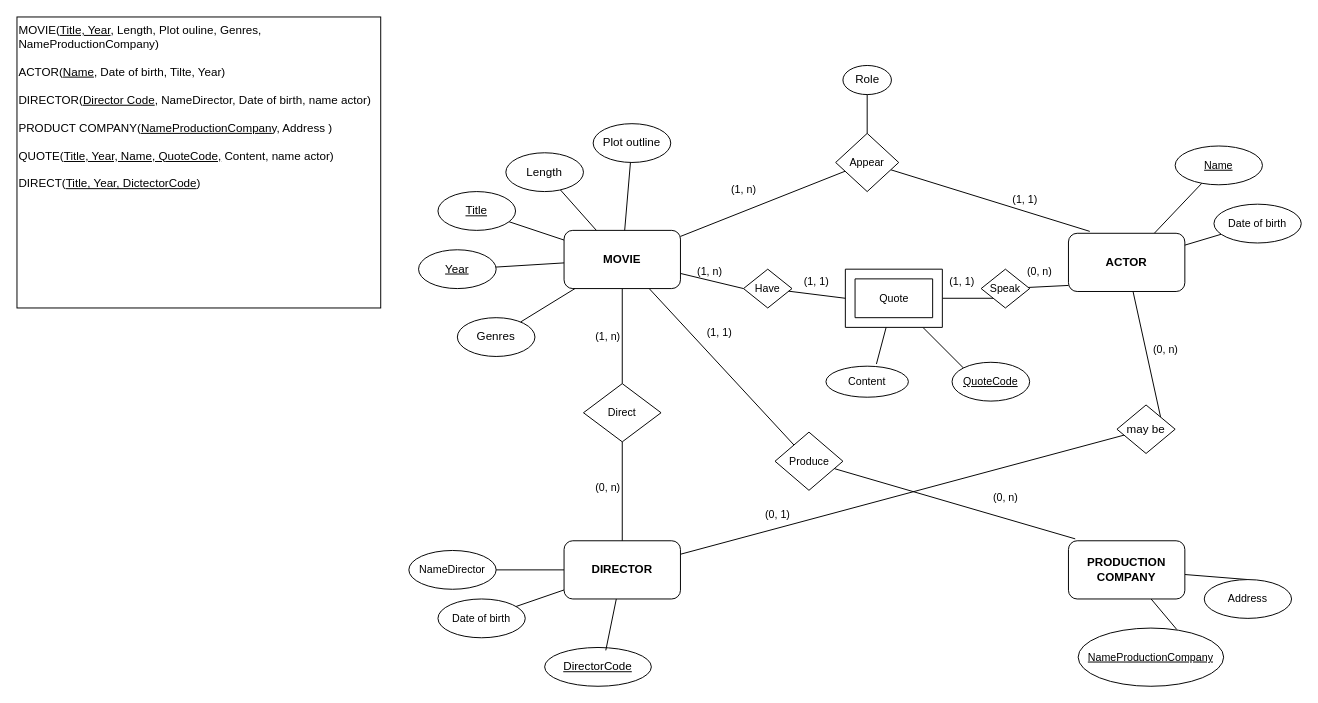
phuongman/BTVN_CSDL keeps this draw.io diagram as MOVIE.drawio. Above is the earlier version. Source tidied: cells renumbered, new cells numbered last; positions are measured from the earlier drawing's top-left corner, leaving out a move shared by most shapes. Both pictures are drawn from the tidied source at 97%, with x=0, y=0 at pixel (16, 16).
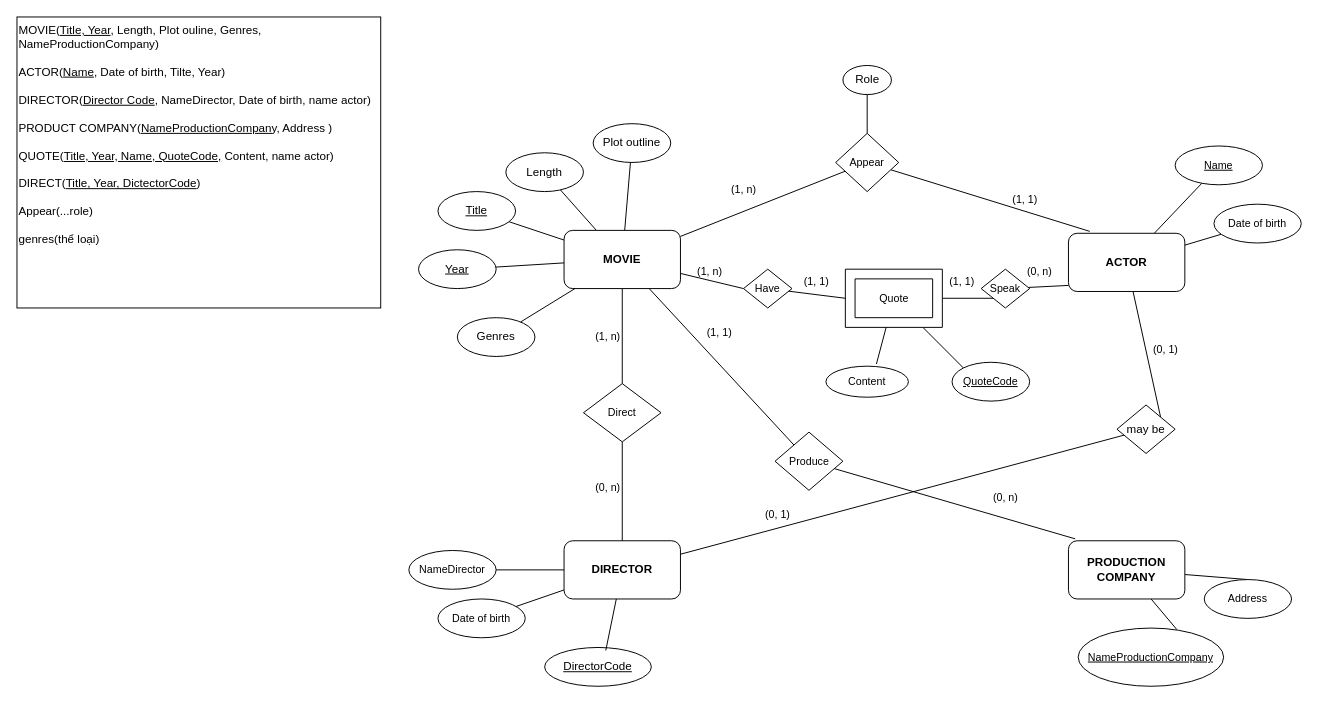
After the change.

Change to the diagram source:
```diff
@@
-    <mxCell id="63" value="MOVIE(&lt;u&gt;Title, Year&lt;/u&gt;, Length, Plot ouline, Genres, NameProductionCompany)&lt;br&gt;&lt;br&gt;ACTOR(&lt;u&gt;Name&lt;/u&gt;, Date of birth, Tilte, Year)&lt;br&gt;&lt;br&gt;DIRECTOR(&lt;u&gt;Director Code&lt;/u&gt;, NameDirector, Date of birth, name actor)&lt;br&gt;&lt;br&gt;PRODUCT COMPANY(&lt;u&gt;NameProductionCompany,&lt;/u&gt; Address )&lt;br&gt;&lt;br&gt;QUOTE(&lt;u&gt;Title, Year, Name, QuoteCode,&lt;/u&gt; Content, name actor)&lt;br&gt;&lt;br&gt;DIRECT(&lt;u&gt;Title, Year, DictectorCode&lt;/u&gt;)" style="rounded=0;whiteSpace=wrap;html=1;verticalAlign=top;align=left;" parent="1" vertex="1">
+    <mxCell id="63" value="MOVIE(&lt;u&gt;Title, Year&lt;/u&gt;, Length, Plot ouline, Genres, NameProductionCompany)&lt;br&gt;&lt;br&gt;ACTOR(&lt;u&gt;Name&lt;/u&gt;, Date of birth, Tilte, Year)&lt;br&gt;&lt;br&gt;DIRECTOR(&lt;u&gt;Director Code&lt;/u&gt;, NameDirector, Date of birth, name actor)&lt;br&gt;&lt;br&gt;PRODUCT COMPANY(&lt;u&gt;NameProductionCompany,&lt;/u&gt; Address )&lt;br&gt;&lt;br&gt;QUOTE(&lt;u&gt;Title, Year, Name, QuoteCode,&lt;/u&gt; Content, name actor)&lt;br&gt;&lt;br&gt;DIRECT(&lt;u&gt;Title, Year, DictectorCode&lt;/u&gt;)&lt;br&gt;&lt;br&gt;Appear(...role)&lt;br&gt;&lt;br&gt;genres(thể loại)" style="rounded=0;whiteSpace=wrap;html=1;verticalAlign=top;align=left;" parent="1" vertex="1">
       <mxGeometry width="375" height="300" as="geometry" />
     </mxCell>
@@
-    <mxCell id="69" value="(0, n)" style="text;html=1;align=center;verticalAlign=middle;strokeColor=none;fillColor=none;fontSize=11;fontFamily=Helvetica;fontColor=default;" parent="1" vertex="1">
+    <mxCell id="69" value="(0, 1)" style="text;html=1;align=center;verticalAlign=middle;strokeColor=none;fillColor=none;fontSize=11;fontFamily=Helvetica;fontColor=default;" parent="1" vertex="1">
       <mxGeometry x="1159" y="328" width="50" height="30" as="geometry" />
     </mxCell>
```
